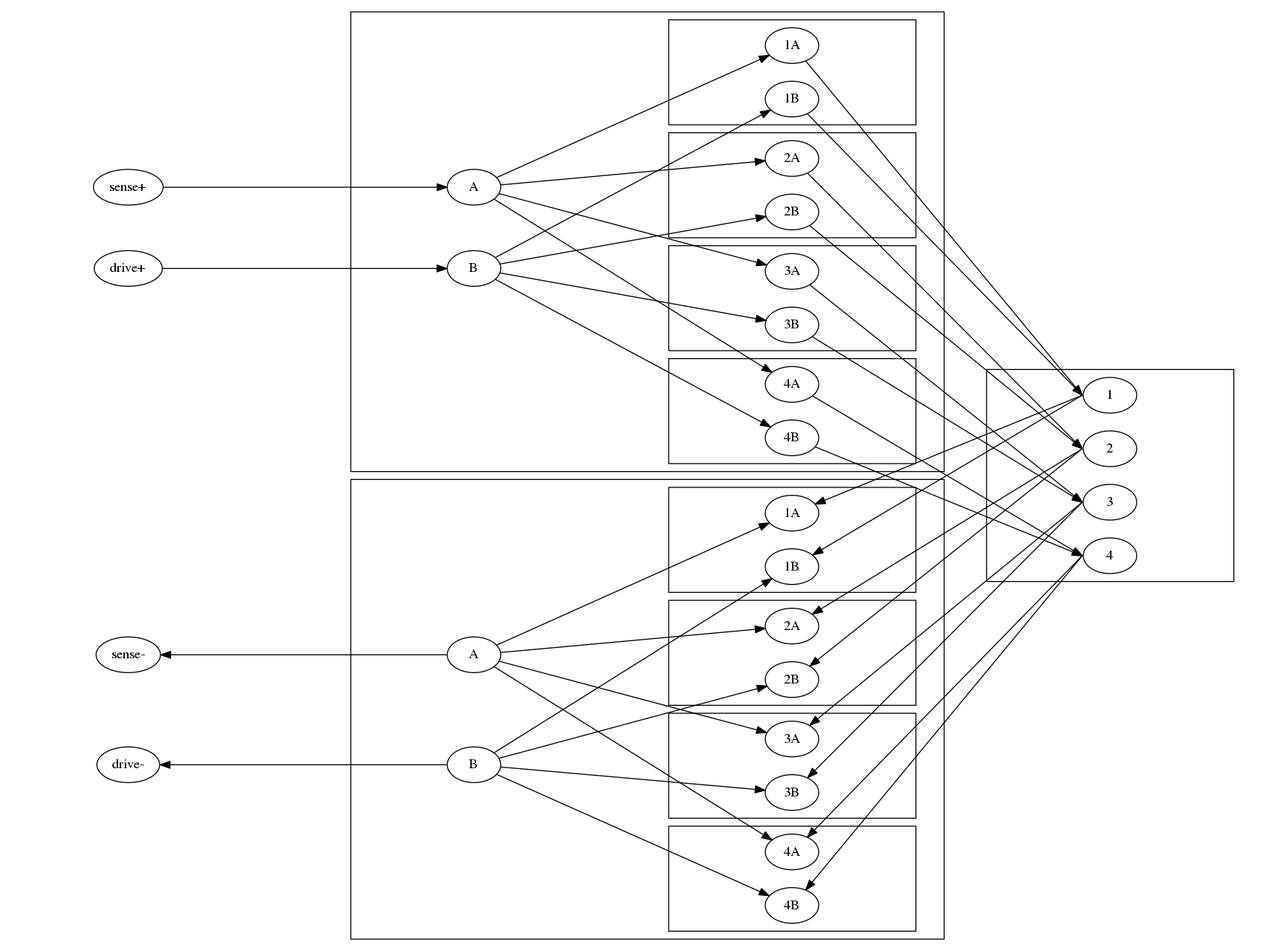
ashtonchase/portable_impedance_tomography keeps this Graphviz diagram as documentation/report/graphics/mux.png. Above is the earlier version. Its source is kept beside it as documentation/report/graphics/mux.gv.
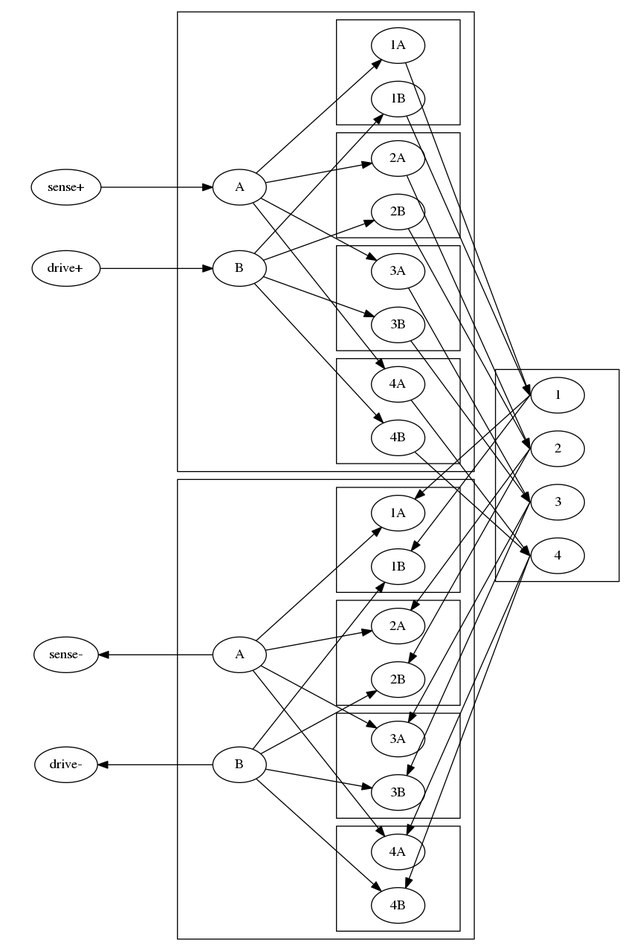
After the change.

The edit, as a diff of the source:
```diff
@@ -2,9 +2,9 @@
 
 rankdir=LR;
 splines=false;
-ratio=0.75
+ratio=1.5
 
-subgraph cluster_dut{
+Subgraph cluster_dut{
 
 	"1"
 	"2"
```
